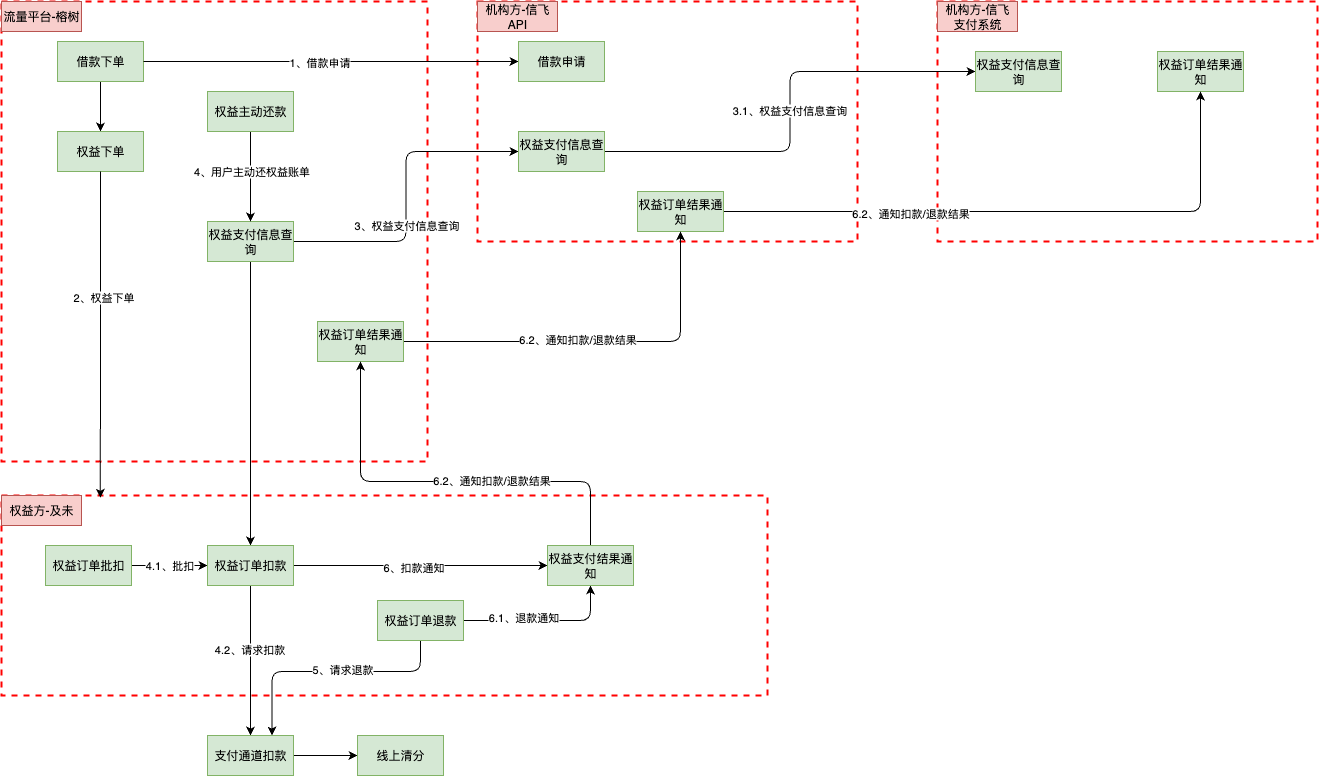
yuanlj-tea/picgo keeps this draw.io diagram as 榕树权益-系统运行图.png. Above is the earlier version. Source tidied: cells renumbered, new cells last; positions are measured from the earlier drawing's top-left corner, leaving out a move shared by most shapes.
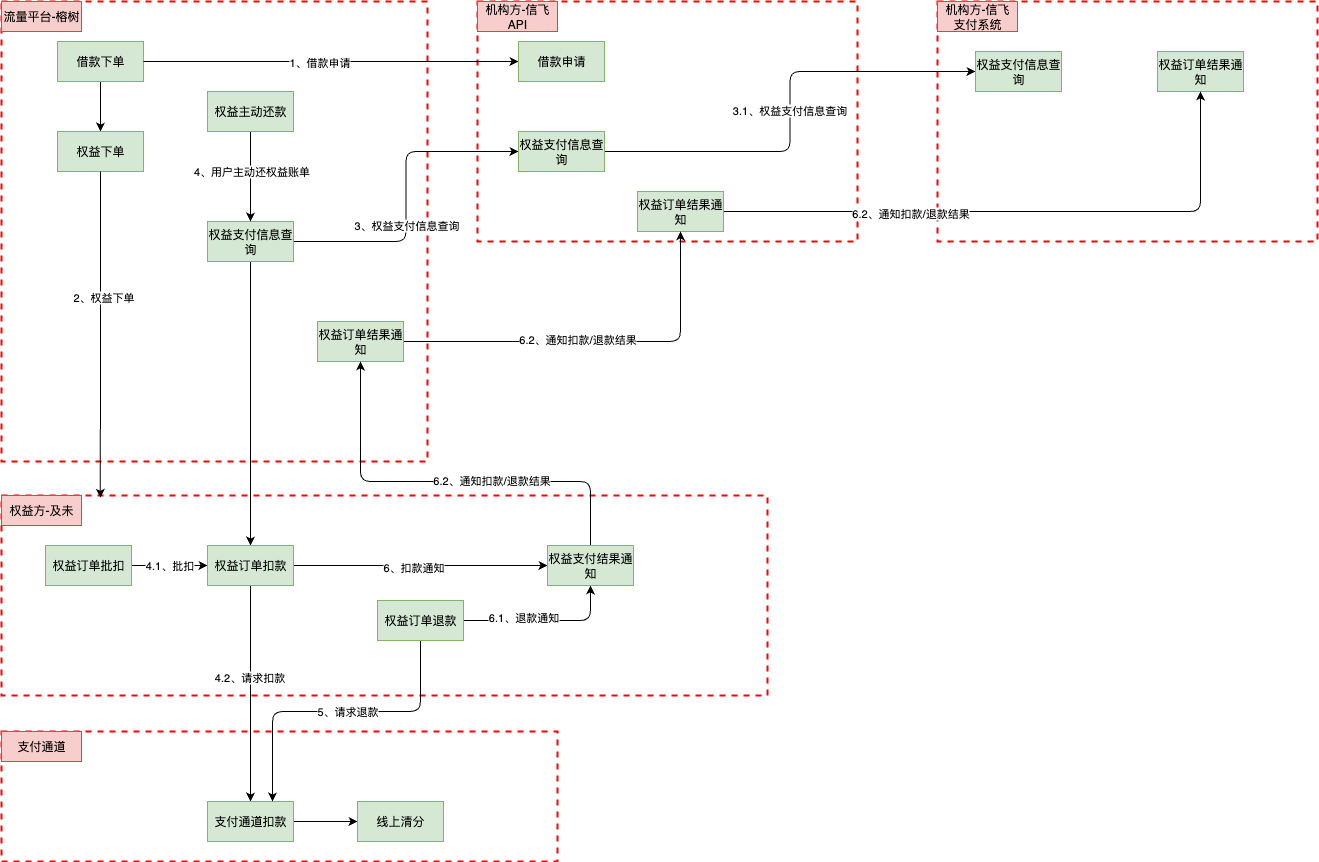
Later version of the same file.

Commit message:
更新榕树权益-系统运行图.png

The edit, as a diff of the source:
```diff
@@ -2,6 +2,9 @@
   <root>
     <mxCell id="0" />
     <mxCell id="1" parent="0" />
+    <mxCell id="54" style="rounded=0;whiteSpace=wrap;html=1;dashed=1;strokeWidth=2;strokeColor=#FF0000;" parent="1" vertex="1">
+      <mxGeometry y="730" width="556" height="130" as="geometry" />
+    </mxCell>
     <mxCell id="2" style="rounded=0;whiteSpace=wrap;html=1;dashed=1;strokeColor=#FF0000;strokeWidth=2;" parent="1" vertex="1">
       <mxGeometry width="426" height="460" as="geometry" />
     </mxCell>
@@ -114,10 +117,10 @@
       <mxGeometry relative="1" as="geometry" />
     </mxCell>
     <mxCell id="39" value="支付通道扣款" style="rounded=0;whiteSpace=wrap;html=1;fillColor=#d5e8d4;strokeColor=#82b366;" parent="1" vertex="1">
-      <mxGeometry x="206" y="734" width="86" height="40" as="geometry" />
+      <mxGeometry x="206" y="800" width="86" height="40" as="geometry" />
     </mxCell>
     <mxCell id="40" value="线上清分" style="rounded=0;whiteSpace=wrap;html=1;fillColor=#d5e8d4;strokeColor=#82b366;" parent="1" vertex="1">
-      <mxGeometry x="356" y="734" width="86" height="40" as="geometry" />
+      <mxGeometry x="356" y="800" width="86" height="40" as="geometry" />
     </mxCell>
     <mxCell id="41" style="edgeStyle=orthogonalEdgeStyle;shape=connector;curved=0;rounded=1;jettySize=auto;html=1;entryX=0.129;entryY=0.011;entryDx=0;entryDy=0;entryPerimeter=0;strokeColor=default;align=center;verticalAlign=middle;fontFamily=Helvetica;fontSize=11;fontColor=default;labelBackgroundColor=default;endArrow=classic;" parent="1" edge="1" source="12" target="13">
       <mxGeometry relative="1" as="geometry" />
@@ -139,14 +142,15 @@
     <mxCell id="46" style="edgeStyle=orthogonalEdgeStyle;shape=connector;curved=0;rounded=1;jettySize=auto;html=1;entryX=0.75;entryY=0;entryDx=0;entryDy=0;strokeColor=default;align=center;verticalAlign=middle;fontFamily=Helvetica;fontSize=11;fontColor=default;labelBackgroundColor=default;endArrow=classic;" parent="1" edge="1" source="50" target="39">
       <mxGeometry relative="1" as="geometry">
         <Array as="points">
-          <mxPoint x="419" y="670" />
-          <mxPoint x="271" y="670" />
+          <mxPoint x="419" y="710" />
+          <mxPoint x="271" y="710" />
+          <mxPoint x="271" y="800" />
         </Array>
       </mxGeometry>
     </mxCell>
     <mxCell id="47" value="5、请求退款" style="edgeLabel;html=1;align=center;verticalAlign=middle;fontFamily=Helvetica;fontSize=11;fontColor=default;labelBackgroundColor=default;" parent="46" vertex="1">
       <mxGeometry x="0.1" y="-2" relative="1" as="geometry">
-        <mxPoint x="25" as="offset" />
+        <mxPoint x="25" y="2" as="offset" />
       </mxGeometry>
     </mxCell>
     <mxCell id="48" style="edgeStyle=orthogonalEdgeStyle;shape=connector;curved=0;rounded=1;jettySize=auto;html=1;entryX=0.5;entryY=1;entryDx=0;entryDy=0;strokeColor=default;align=center;verticalAlign=middle;fontFamily=Helvetica;fontSize=11;fontColor=default;labelBackgroundColor=default;endArrow=classic;" parent="1" edge="1" source="50" target="53">
@@ -172,5 +176,8 @@
     <mxCell id="53" value="权益支付结果通知" style="rounded=0;whiteSpace=wrap;html=1;fillColor=#d5e8d4;strokeColor=#82b366;" parent="1" vertex="1">
       <mxGeometry x="546" y="544" width="86" height="40" as="geometry" />
     </mxCell>
+    <mxCell id="55" value="支付通道" style="rounded=0;whiteSpace=wrap;html=1;fillColor=#f8cecc;strokeColor=#b85450;" parent="1" vertex="1">
+      <mxGeometry y="730" width="80" height="30" as="geometry" />
+    </mxCell>
   </root>
 </mxGraphModel>
```
